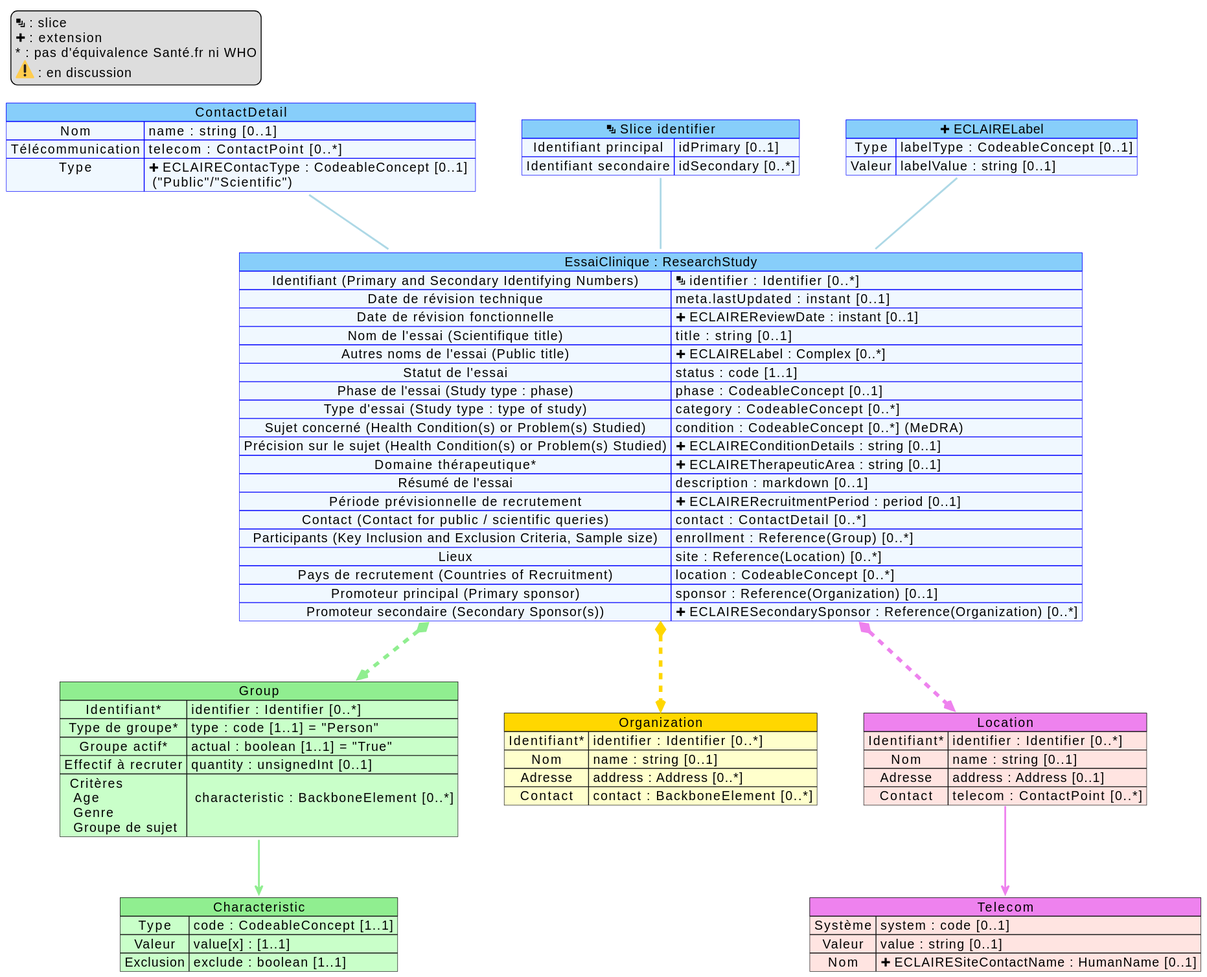
Above: input/images/mappingResearchStudy.svg in ansforge/essais-cliniques (PlantUML), before the change.
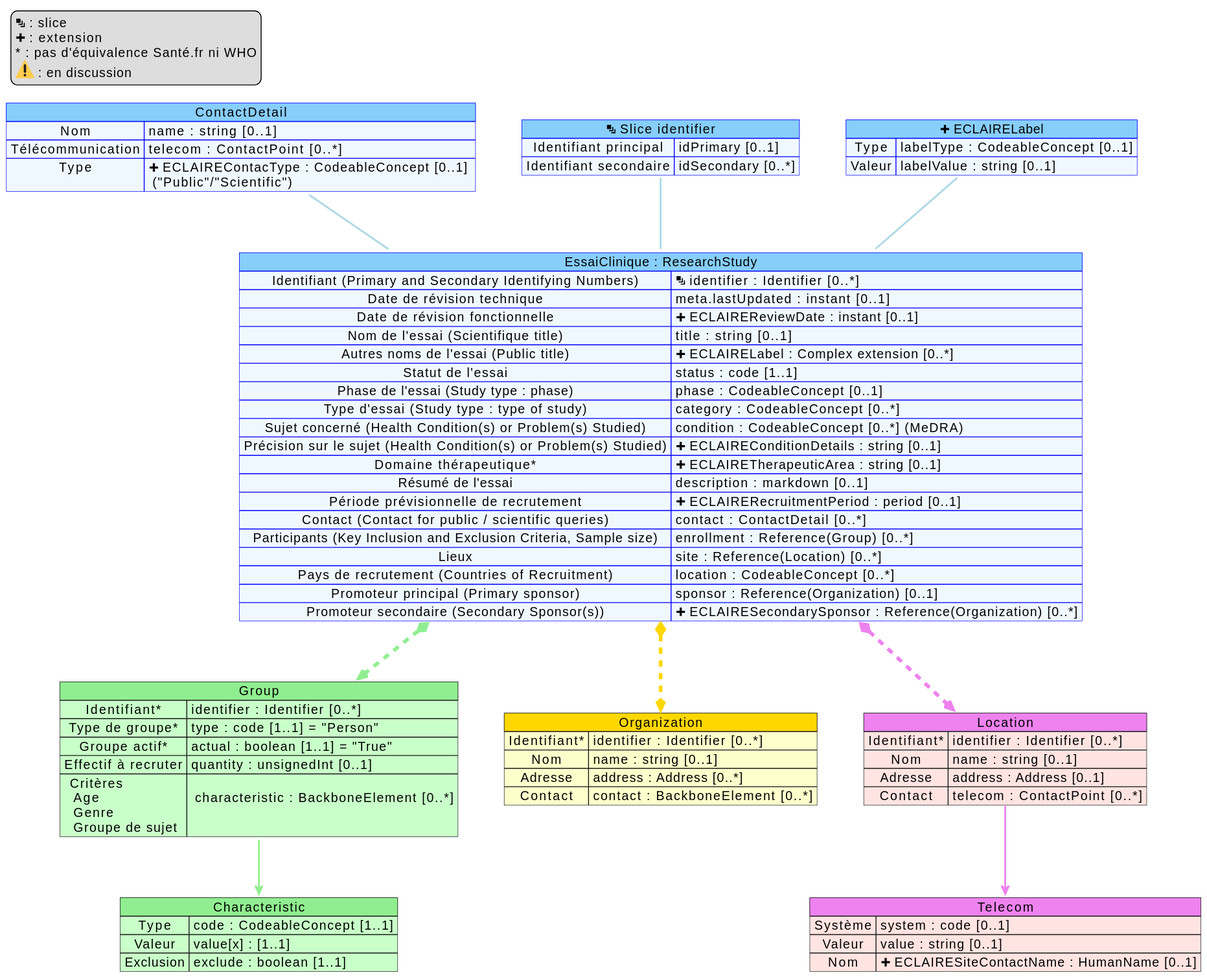
Above is the later version.

The edit, as a diff of the source:
```diff
@@ -54,7 +54,7 @@
     Date de révision technique => meta.lastUpdated : instant [0..1]
     Date de révision fonctionnelle => <&plus> ECLAIREReviewDate : instant [0..1]
     Nom de l'essai (Scientifique title) => title : string [0..1]
-    Autres noms de l'essai (Public title) => <&plus> ECLAIRELabel : Complex [0..*]
+    Autres noms de l'essai (Public title) => <&plus> ECLAIRELabel : Complex extension [0..*]
     Statut de l'essai => status : code [1..1]
     Phase de l'essai (Study type : phase) => phase : CodeableConcept [0..1]
     Type d'essai (Study type : type of study) => category : CodeableConcept [0..*]
```
